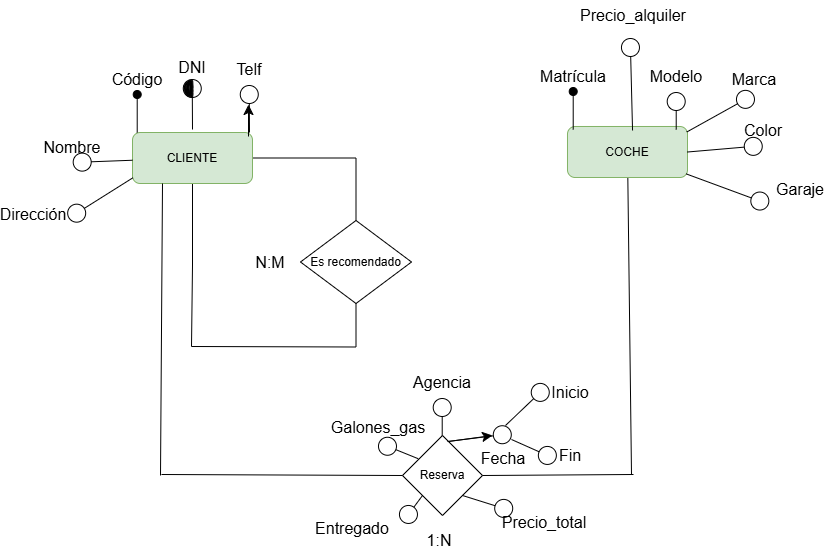
Samue45/1-DAM keeps this draw.io diagram as out/production/1-DAM/Data Base/Coches.drawio.png. Above is the earlier version. Source tidied: cells renumbered, new cells last; positions are measured from the earlier drawing's top-left corner, leaving out a move shared by most shapes.
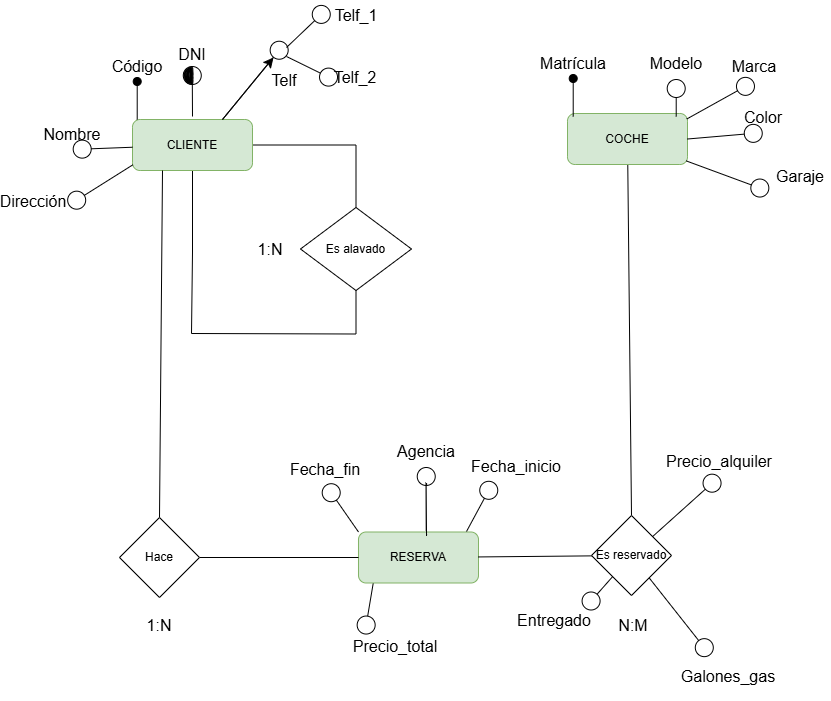
The same file after the commit.

Change to the diagram source:
```diff
@@ -13,15 +13,13 @@
     <mxCell id="4" value="CLIENTE" style="rounded=1;whiteSpace=wrap;html=1;fillColor=#d5e8d4;strokeColor=#82b366;" parent="1" vertex="1">
       <mxGeometry x="129" y="132" width="120" height="51" as="geometry" />
     </mxCell>
-    <mxCell id="5" style="edgeStyle=none;curved=1;rounded=0;jettySize=auto;html=1;fontSize=12;startSize=8;endSize=8;endArrow=none;endFill=0;" parent="1" edge="1" source="6">
-      <mxGeometry relative="1" as="geometry">
-        <mxPoint x="628" y="474" as="targetPoint" />
-      </mxGeometry>
+    <mxCell id="5" style="edgeStyle=none;curved=1;rounded=0;jettySize=auto;html=1;fontSize=12;startSize=8;endSize=8;endArrow=none;endFill=0;entryX=0.5;entryY=0;entryDx=0;entryDy=0;" parent="1" edge="1" source="6" target="58">
+      <mxGeometry relative="1" as="geometry" />
     </mxCell>
     <mxCell id="6" value="COCHE" style="rounded=1;whiteSpace=wrap;html=1;fillColor=#d5e8d4;strokeColor=#82b366;" parent="1" vertex="1">
       <mxGeometry x="564" y="126" width="120" height="51" as="geometry" />
     </mxCell>
-    <mxCell id="7" value="Es recomendado" style="rhombus;whiteSpace=wrap;html=1;" parent="1" vertex="1">
+    <mxCell id="7" value="Es alavado" style="rhombus;whiteSpace=wrap;html=1;" parent="1" vertex="1">
       <mxGeometry x="297" y="220" width="111" height="83" as="geometry" />
     </mxCell>
     <mxCell id="8" style="endArrow=none;html=1;rounded=0;fontSize=12;startSize=8;endSize=8;edgeStyle=orthogonalEdgeStyle;entryX=0.5;entryY=1;entryDx=0;entryDy=0;" parent="1" edge="1" target="7">
@@ -66,42 +64,12 @@
         <mxPoint x="64.7" y="218" as="targetPoint" />
       </mxGeometry>
     </mxCell>
-    <mxCell id="18" value="Telf" style="text;html=1;align=center;verticalAlign=middle;whiteSpace=wrap;rounded=0;fontSize=16;" parent="1" vertex="1">
-      <mxGeometry x="216" y="54" width="60" height="30" as="geometry" />
-    </mxCell>
-    <mxCell id="19" style="endArrow=circle;html=1;rounded=0;fontSize=12;startSize=8;endSize=8;curved=1;entryX=0.5;entryY=1;entryDx=0;entryDy=0;endFill=0;" parent="1" edge="1">
-      <mxGeometry relative="1" as="geometry">
-        <mxPoint x="246" y="132" as="sourcePoint" />
-        <mxPoint x="245.7" y="84" as="targetPoint" />
-      </mxGeometry>
-    </mxCell>
-    <mxCell id="20" style="endArrow=classic;html=1;rounded=0;fontSize=12;startSize=8;endSize=8;curved=1;" parent="1" edge="1">
-      <mxGeometry relative="1" as="geometry">
-        <mxPoint x="245" y="136" as="sourcePoint" />
-        <mxPoint x="245" y="104" as="targetPoint" />
-      </mxGeometry>
-    </mxCell>
-    <mxCell id="21" value="N:M" style="text;html=1;align=center;verticalAlign=middle;whiteSpace=wrap;rounded=0;fontSize=16;" parent="1" vertex="1">
+    <mxCell id="21" value="1:N" style="text;html=1;align=center;verticalAlign=middle;whiteSpace=wrap;rounded=0;fontSize=16;" parent="1" vertex="1">
       <mxGeometry x="237" y="246.5" width="60" height="30" as="geometry" />
     </mxCell>
-    <mxCell id="22" value="Reserva" style="rhombus;whiteSpace=wrap;html=1;" parent="1" vertex="1">
-      <mxGeometry x="399" y="435" width="80" height="80" as="geometry" />
-    </mxCell>
-    <mxCell id="23" style="endArrow=none;html=1;rounded=0;fontSize=12;curved=1;exitX=0.25;exitY=1;exitDx=0;exitDy=0;endFill=0;" parent="1" edge="1" source="4">
-      <mxGeometry relative="1" as="geometry">
-        <mxPoint x="157" y="475" as="targetPoint" />
-      </mxGeometry>
+    <mxCell id="23" style="endArrow=none;html=1;rounded=0;fontSize=12;curved=1;exitX=0.25;exitY=1;exitDx=0;exitDy=0;endFill=0;entryX=0.5;entryY=0;entryDx=0;entryDy=0;" parent="1" edge="1" source="4" target="56">
+      <mxGeometry relative="1" as="geometry" />
     </mxCell>
-    <mxCell id="24" style="endArrow=none;html=1;rounded=0;fontSize=12;startSize=8;endSize=8;curved=1;entryX=0;entryY=0.5;entryDx=0;entryDy=0;" parent="1" edge="1" target="22">
-      <mxGeometry relative="1" as="geometry">
-        <mxPoint x="158" y="474" as="sourcePoint" />
-      </mxGeometry>
-    </mxCell>
-    <mxCell id="25" style="endArrow=none;html=1;rounded=0;fontSize=12;startSize=8;endSize=8;curved=1;exitX=1;exitY=0.5;exitDx=0;exitDy=0;" parent="1" edge="1" source="22">
-      <mxGeometry relative="1" as="geometry">
-        <mxPoint x="630" y="474" as="targetPoint" />
-      </mxGeometry>
-    </mxCell>
     <mxCell id="26" value="Matrícula" style="text;html=1;align=center;verticalAlign=middle;whiteSpace=wrap;rounded=0;fontSize=16;" parent="1" vertex="1">
       <mxGeometry x="540" y="61" width="60" height="30" as="geometry" />
     </mxCell>
@@ -145,79 +113,115 @@
       </mxGeometry>
     </mxCell>
     <mxCell id="36" value="Precio_alquiler" style="text;html=1;align=center;verticalAlign=middle;whiteSpace=wrap;rounded=0;fontSize=16;" parent="1" vertex="1">
-      <mxGeometry x="600" width="60" height="30" as="geometry" />
+      <mxGeometry x="686" y="459" width="60" height="30" as="geometry" />
     </mxCell>
-    <mxCell id="37" style="endArrow=circle;html=1;rounded=0;fontSize=12;startSize=8;endSize=8;curved=1;entryX=0.5;entryY=1;entryDx=0;entryDy=0;endFill=0;exitX=0.542;exitY=0.078;exitDx=0;exitDy=0;exitPerimeter=0;" parent="1" edge="1" source="6">
-      <mxGeometry relative="1" as="geometry">
-        <mxPoint x="626.7" y="37" as="targetPoint" />
-      </mxGeometry>
-    </mxCell>
     <mxCell id="38" value="Precio_total" style="text;html=1;align=center;verticalAlign=middle;whiteSpace=wrap;rounded=0;fontSize=16;" parent="1" vertex="1">
-      <mxGeometry x="511" y="507" width="60" height="30" as="geometry" />
+      <mxGeometry x="362.3" y="643.5" width="60" height="30" as="geometry" />
     </mxCell>
-    <mxCell id="39" style="endArrow=circle;html=1;rounded=0;fontSize=12;startSize=8;endSize=8;curved=1;entryX=-0.021;entryY=0.13;entryDx=0;entryDy=0;endFill=0;exitX=1;exitY=1;exitDx=0;exitDy=0;entryPerimeter=0;" parent="1" edge="1" source="22" target="38">
-      <mxGeometry relative="1" as="geometry" />
+    <mxCell id="39" style="endArrow=circle;html=1;rounded=0;fontSize=12;startSize=8;endSize=8;curved=1;entryX=-0.021;entryY=0.13;entryDx=0;entryDy=0;endFill=0;entryPerimeter=0;" parent="1" edge="1" target="38">
+      <mxGeometry relative="1" as="geometry">
+        <mxPoint x="370.3" y="592.5" as="sourcePoint" />
+      </mxGeometry>
     </mxCell>
-    <mxCell id="40" value="Fecha" style="text;html=1;align=center;verticalAlign=middle;whiteSpace=wrap;rounded=0;fontSize=16;" parent="1" vertex="1">
-      <mxGeometry x="470" y="443" width="60" height="30" as="geometry" />
-    </mxCell>
-    <mxCell id="41" style="endArrow=circle;html=1;rounded=0;fontSize=12;startSize=8;endSize=8;curved=1;entryX=0.5;entryY=1;entryDx=0;entryDy=0;endFill=0;" parent="1" edge="1">
-      <mxGeometry relative="1" as="geometry">
-        <mxPoint x="444" y="441" as="sourcePoint" />
-        <mxPoint x="508.7" y="433" as="targetPoint" />
-      </mxGeometry>
-    </mxCell>
-    <mxCell id="42" style="endArrow=classic;html=1;rounded=0;fontSize=12;startSize=8;endSize=8;curved=1;" parent="1" edge="1">
-      <mxGeometry relative="1" as="geometry">
-        <mxPoint x="445" y="441" as="sourcePoint" />
-        <mxPoint x="489" y="435" as="targetPoint" />
-      </mxGeometry>
-    </mxCell>
-    <mxCell id="43" style="endArrow=circle;html=1;rounded=0;fontSize=12;startSize=8;endSize=8;curved=1;endFill=0;" parent="1" edge="1">
-      <mxGeometry relative="1" as="geometry">
-        <mxPoint x="502" y="425" as="sourcePoint" />
-        <mxPoint x="544" y="385" as="targetPoint" />
-      </mxGeometry>
-    </mxCell>
-    <mxCell id="44" style="endArrow=circle;html=1;rounded=0;fontSize=12;startSize=8;endSize=8;curved=1;endFill=0;" parent="1" edge="1">
-      <mxGeometry relative="1" as="geometry">
-        <mxPoint x="508" y="439" as="sourcePoint" />
-        <mxPoint x="553" y="459" as="targetPoint" />
-      </mxGeometry>
-    </mxCell>
-    <mxCell id="45" value="Inicio" style="text;html=1;align=center;verticalAlign=middle;whiteSpace=wrap;rounded=0;fontSize=16;" parent="1" vertex="1">
-      <mxGeometry x="537" y="377" width="60" height="30" as="geometry" />
-    </mxCell>
-    <mxCell id="46" value="Fin" style="text;html=1;align=center;verticalAlign=middle;whiteSpace=wrap;rounded=0;fontSize=16;" parent="1" vertex="1">
-      <mxGeometry x="537" y="440" width="60" height="30" as="geometry" />
-    </mxCell>
     <mxCell id="47" value="Agencia" style="text;html=1;align=center;verticalAlign=middle;whiteSpace=wrap;rounded=0;fontSize=16;" parent="1" vertex="1">
-      <mxGeometry x="409" y="367" width="60" height="30" as="geometry" />
+      <mxGeometry x="393" y="449" width="60" height="30" as="geometry" />
     </mxCell>
-    <mxCell id="48" style="endArrow=circle;html=1;rounded=0;fontSize=12;startSize=8;endSize=8;curved=1;entryX=0.5;entryY=1;entryDx=0;entryDy=0;endFill=0;" parent="1" edge="1">
-      <mxGeometry relative="1" as="geometry">
-        <mxPoint x="438.7" y="435" as="sourcePoint" />
-        <mxPoint x="438.7" y="397" as="targetPoint" />
-      </mxGeometry>
-    </mxCell>
     <mxCell id="49" value="Galones_gas" style="text;html=1;align=center;verticalAlign=middle;whiteSpace=wrap;rounded=0;fontSize=16;" parent="1" vertex="1">
-      <mxGeometry x="345" y="412" width="60" height="30" as="geometry" />
+      <mxGeometry x="695" y="673.5" width="60" height="30" as="geometry" />
     </mxCell>
-    <mxCell id="50" style="endArrow=circle;html=1;rounded=0;fontSize=12;startSize=8;endSize=8;curved=1;entryX=0.5;entryY=1;entryDx=0;entryDy=0;endFill=0;exitX=0.196;exitY=0.29;exitDx=0;exitDy=0;exitPerimeter=0;" parent="1" edge="1" source="22">
+    <mxCell id="50" style="endArrow=circle;html=1;rounded=0;fontSize=12;startSize=8;endSize=8;curved=1;endFill=0;" parent="1" edge="1" source="58">
       <mxGeometry relative="1" as="geometry">
-        <mxPoint x="374.7" y="442" as="targetPoint" />
+        <mxPoint x="707" y="668" as="targetPoint" />
       </mxGeometry>
     </mxCell>
     <mxCell id="51" value="Entregado" style="text;html=1;align=center;verticalAlign=middle;whiteSpace=wrap;rounded=0;fontSize=16;" parent="1" vertex="1">
-      <mxGeometry x="319" y="513" width="60" height="30" as="geometry" />
+      <mxGeometry x="521" y="618" width="60" height="30" as="geometry" />
     </mxCell>
-    <mxCell id="52" style="endArrow=circle;html=1;rounded=0;fontSize=12;startSize=8;endSize=8;curved=1;entryX=0.5;entryY=1;entryDx=0;entryDy=0;endFill=0;exitX=0;exitY=1;exitDx=0;exitDy=0;" parent="1" edge="1" source="22">
+    <mxCell id="52" style="endArrow=circle;html=1;rounded=0;fontSize=12;startSize=8;endSize=8;curved=1;entryX=0.118;entryY=-0.067;entryDx=0;entryDy=0;endFill=0;exitX=0;exitY=1;exitDx=0;exitDy=0;entryPerimeter=0;" parent="1" edge="1" target="65">
       <mxGeometry relative="1" as="geometry">
-        <mxPoint x="399" y="522" as="targetPoint" />
+        <mxPoint x="611" y="587" as="sourcePoint" />
       </mxGeometry>
     </mxCell>
+    <mxCell id="54" value="RESERVA" style="rounded=1;whiteSpace=wrap;html=1;fillColor=#d5e8d4;strokeColor=#82b366;" parent="1" vertex="1">
+      <mxGeometry x="355" y="544.5" width="120" height="51" as="geometry" />
+    </mxCell>
+    <mxCell id="55" style="edgeStyle=none;curved=1;rounded=0;jettySize=auto;html=1;entryX=0;entryY=0.5;entryDx=0;entryDy=0;fontSize=12;startSize=8;endSize=8;endArrow=none;endFill=0;" parent="1" edge="1" source="56" target="54">
+      <mxGeometry relative="1" as="geometry" />
+    </mxCell>
+    <mxCell id="56" value="Hace" style="rhombus;whiteSpace=wrap;html=1;" parent="1" vertex="1">
+      <mxGeometry x="116" y="530" width="80" height="80" as="geometry" />
+    </mxCell>
+    <mxCell id="57" style="edgeStyle=none;curved=1;rounded=0;jettySize=auto;html=1;fontSize=12;startSize=8;endSize=8;endArrow=none;endFill=0;" parent="1" edge="1" source="58" target="54">
+      <mxGeometry relative="1" as="geometry" />
+    </mxCell>
+    <mxCell id="58" value="Es reservado" style="rhombus;whiteSpace=wrap;html=1;" parent="1" vertex="1">
+      <mxGeometry x="588" y="528" width="80" height="80" as="geometry" />
+    </mxCell>
+    <mxCell id="18" value="Telf" style="text;html=1;align=center;verticalAlign=middle;whiteSpace=wrap;rounded=0;fontSize=16;" parent="1" vertex="1">
+      <mxGeometry x="251" y="78" width="60" height="30" as="geometry" />
+    </mxCell>
+    <mxCell id="59" style="endArrow=circle;html=1;rounded=0;fontSize=12;startSize=8;endSize=8;curved=1;endFill=0;exitX=0.75;exitY=0;exitDx=0;exitDy=0;" parent="1" edge="1" source="4">
+      <mxGeometry relative="1" as="geometry">
+        <mxPoint x="282" y="55" as="targetPoint" />
+      </mxGeometry>
+    </mxCell>
+    <mxCell id="60" style="endArrow=classic;html=1;rounded=0;fontSize=12;startSize=8;endSize=8;curved=1;exitX=0.75;exitY=0;exitDx=0;exitDy=0;" parent="1" edge="1" source="4">
+      <mxGeometry relative="1" as="geometry">
+        <mxPoint x="270" y="70" as="targetPoint" />
+      </mxGeometry>
+    </mxCell>
+    <mxCell id="61" style="endArrow=circle;html=1;rounded=0;fontSize=12;startSize=8;endSize=8;curved=1;endFill=0;" parent="1" edge="1">
+      <mxGeometry relative="1" as="geometry">
+        <mxPoint x="283" y="60" as="sourcePoint" />
+        <mxPoint x="325" y="20" as="targetPoint" />
+      </mxGeometry>
+    </mxCell>
+    <mxCell id="62" style="endArrow=circle;html=1;rounded=0;fontSize=12;startSize=8;endSize=8;curved=1;endFill=0;" parent="1" edge="1">
+      <mxGeometry relative="1" as="geometry">
+        <mxPoint x="283" y="69" as="sourcePoint" />
+        <mxPoint x="334" y="94" as="targetPoint" />
+      </mxGeometry>
+    </mxCell>
+    <mxCell id="63" value="Telf_1" style="text;html=1;align=center;verticalAlign=middle;whiteSpace=wrap;rounded=0;fontSize=16;" parent="1" vertex="1">
+      <mxGeometry x="322.5" y="13" width="60" height="30" as="geometry" />
+    </mxCell>
+    <mxCell id="64" value="Telf_2" style="text;html=1;align=center;verticalAlign=middle;whiteSpace=wrap;rounded=0;fontSize=16;" parent="1" vertex="1">
+      <mxGeometry x="322" y="75" width="60" height="30" as="geometry" />
+    </mxCell>
-    <mxCell id="53" value="&lt;blockquote style=&quot;margin: 0 0 0 40px; border: none; padding: 0px;&quot;&gt;1:N&lt;/blockquote&gt;" style="text;html=1;align=center;verticalAlign=middle;whiteSpace=wrap;rounded=0;fontSize=16;" parent="1" vertex="1">
-      <mxGeometry x="386" y="525" width="60" height="30" as="geometry" />
+    <mxCell id="53" value="1:N" style="text;html=1;align=center;verticalAlign=middle;whiteSpace=wrap;rounded=0;fontSize=16;" parent="1" vertex="1">
+      <mxGeometry x="126" y="623" width="60" height="30" as="geometry" />
     </mxCell>
+    <mxCell id="65" value="&lt;blockquote style=&quot;margin: 0 0 0 40px; border: none; padding: 0px;&quot;&gt;N:M&lt;/blockquote&gt;" style="text;html=1;align=center;verticalAlign=middle;whiteSpace=wrap;rounded=0;fontSize=16;" parent="1" vertex="1">
+      <mxGeometry x="572" y="623" width="76" height="30" as="geometry" />
+    </mxCell>
+    <mxCell id="66" value="Fecha_inicio" style="text;html=1;align=center;verticalAlign=middle;whiteSpace=wrap;rounded=0;fontSize=16;" parent="1" vertex="1">
+      <mxGeometry x="483" y="464" width="60" height="30" as="geometry" />
+    </mxCell>
+    <mxCell id="67" style="endArrow=circle;html=1;rounded=0;fontSize=12;startSize=8;endSize=8;curved=1;endFill=0;" parent="1" edge="1">
+      <mxGeometry relative="1" as="geometry">
+        <mxPoint x="463" y="544" as="sourcePoint" />
+        <mxPoint x="490" y="494" as="targetPoint" />
+      </mxGeometry>
+    </mxCell>
+    <mxCell id="68" value="Fecha_fin" style="text;html=1;align=center;verticalAlign=middle;whiteSpace=wrap;rounded=0;fontSize=16;" parent="1" vertex="1">
+      <mxGeometry x="292" y="467" width="60" height="30" as="geometry" />
+    </mxCell>
+    <mxCell id="69" style="endArrow=circle;html=1;rounded=0;fontSize=12;startSize=8;endSize=8;curved=1;endFill=0;exitX=0;exitY=0;exitDx=0;exitDy=0;entryX=0.5;entryY=1;entryDx=0;entryDy=0;" parent="1" edge="1" source="54" target="68">
+      <mxGeometry relative="1" as="geometry" />
+    </mxCell>
+    <mxCell id="70" style="endArrow=circle;html=1;rounded=0;fontSize=12;startSize=8;endSize=8;curved=1;entryX=0.5;entryY=1;entryDx=0;entryDy=0;endFill=0;" parent="1" edge="1" source="58" target="36">
+      <mxGeometry relative="1" as="geometry" />
+    </mxCell>
+    <mxCell id="71" style="endArrow=circle;html=1;rounded=0;fontSize=12;startSize=8;endSize=8;curved=1;entryX=0.5;entryY=1;entryDx=0;entryDy=0;endFill=0;exitX=0.567;exitY=0.088;exitDx=0;exitDy=0;exitPerimeter=0;" parent="1" edge="1" source="54">
+      <mxGeometry relative="1" as="geometry">
+        <mxPoint x="422.3" y="479" as="targetPoint" />
+        <Array as="points">
+          <mxPoint x="422.6" y="485" />
+        </Array>
+      </mxGeometry>
+    </mxCell>
+    <mxCell id="72" style="edgeStyle=none;curved=1;rounded=0;orthogonalLoop=1;jettySize=auto;html=1;exitX=0.5;exitY=1;exitDx=0;exitDy=0;fontSize=12;startSize=8;endSize=8;" parent="1" edge="1" source="49" target="49">
+      <mxGeometry relative="1" as="geometry" />
+    </mxCell>
   </root>
 </mxGraphModel>
```
